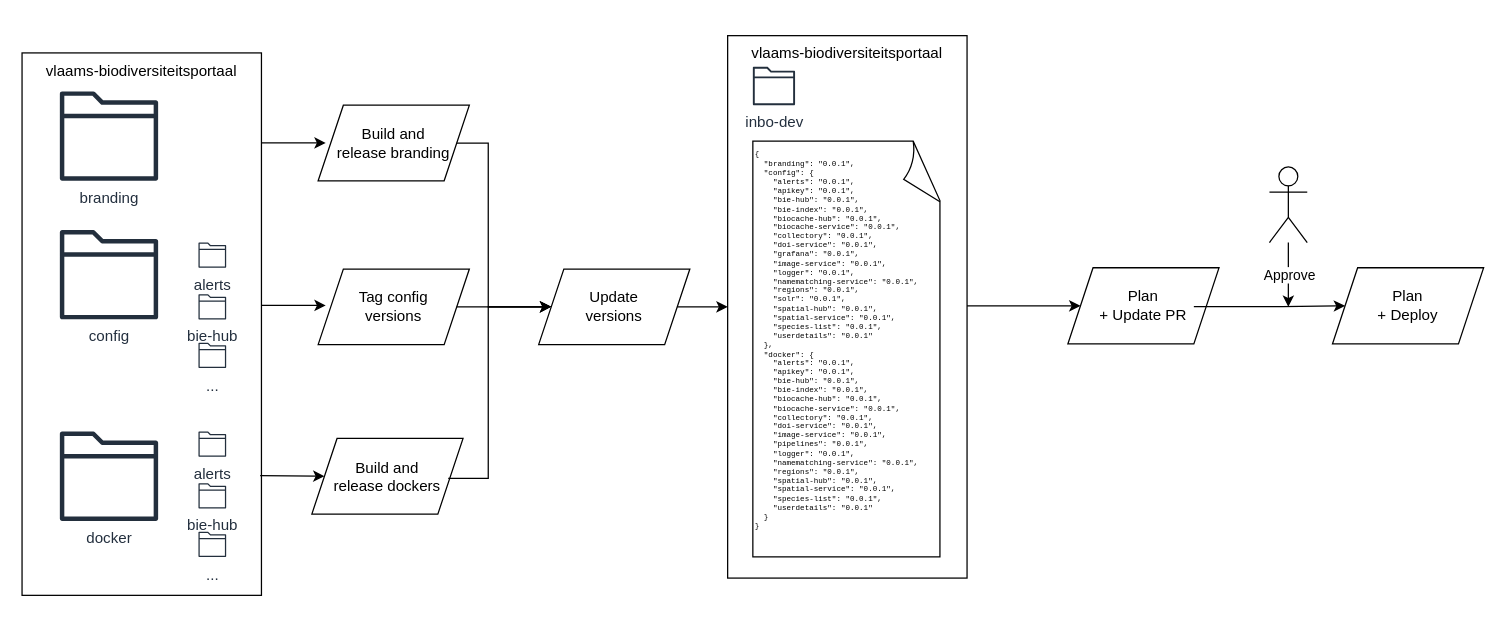
The draw.io diagram docs/DeploymentProcess.drawio in inbo/vlaams-biodiversiteitsportaal, before the edit. Source tidied: cells renumbered, new cells numbered last; positions are measured from the earlier drawing's top-left corner, leaving out a move shared by most shapes. Both pictures are drawn from the tidied source at 126%, with x=0, y=0 at pixel (21, 35).
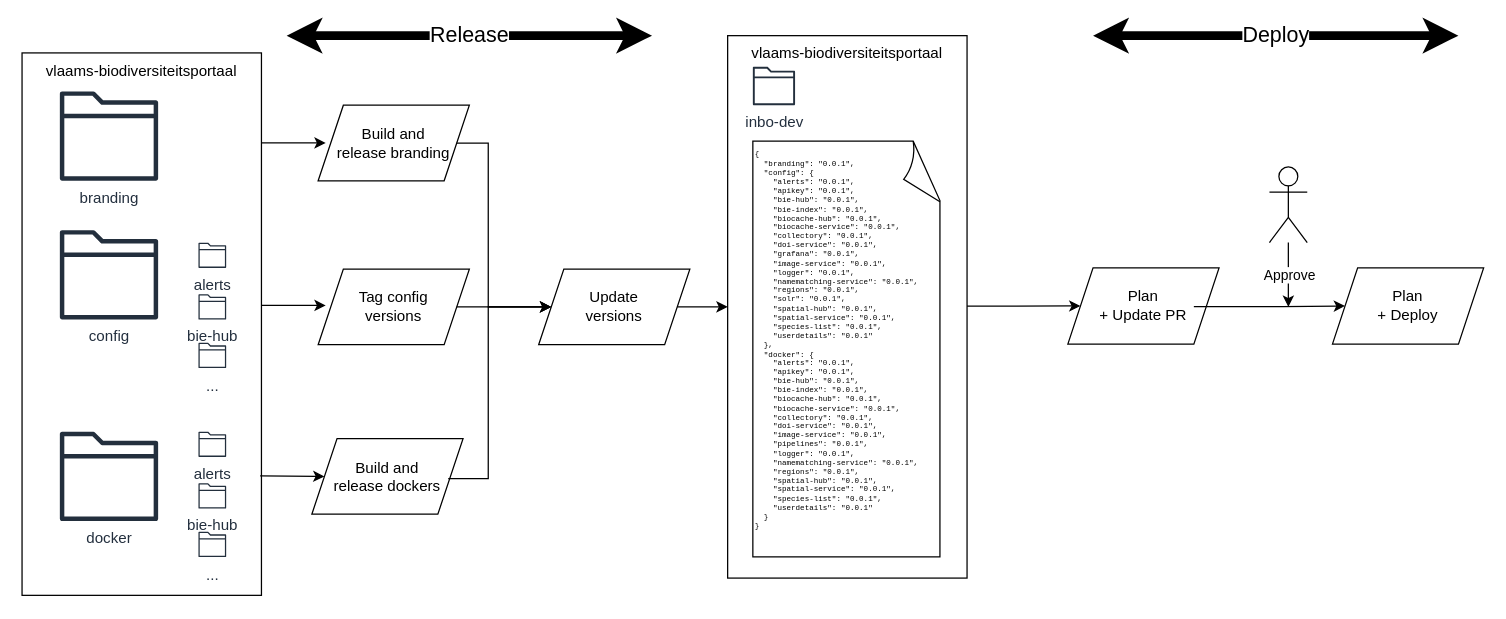
The same page after the edit.

Unchanged cells that the change refers to:
```xml
<mxCell id="12" value="Build and &lt;br&gt;release branding" style="shape=parallelogram;perimeter=parallelogramPerimeter;whiteSpace=wrap;html=1;fixedSize=1;" parent="1" vertex="1">
  <mxGeometry x="235" y="55" width="120" height="60" as="geometry" />
</mxCell>
<mxCell id="13" value="vlaams-biodiversiteitsportaal" style="rounded=0;whiteSpace=wrap;html=1;verticalAlign=top;" parent="1" vertex="1">
  <mxGeometry x="560" y="-0.2" width="190" height="430.5" as="geometry" />
</mxCell>
<mxCell id="31" style="shape=umlActor;verticalLabelPosition=bottom;verticalAlign=top;html=1;outlineConnect=0;" parent="1" vertex="1">
  <mxGeometry x="990" y="104" width="30" height="60" as="geometry" />
</mxCell>
```

What changed in the source:
```diff
@@
     <mxCell id="4" value="config" style="sketch=0;fontColor=#232F3E;gradientColor=none;fillColor=#232F3D;strokeColor=none;dashed=0;verticalLabelPosition=bottom;verticalAlign=top;align=center;html=1;fontSize=12;fontStyle=0;shape=mxgraph.aws4.folder;" parent="1" vertex="1">
-      <mxGeometry x="30" y="154" width="78" height="71" as="geometry" />
+      <mxGeometry x="30" y="154.1" width="78" height="71" as="geometry" />
     </mxCell>
     <mxCell id="5" value="docker" style="sketch=0;fontColor=#232F3E;gradientColor=none;fillColor=#232F3D;strokeColor=none;dashed=0;verticalLabelPosition=bottom;verticalAlign=top;align=center;html=1;fontSize=12;fontStyle=0;shape=mxgraph.aws4.folder;" parent="1" vertex="1">
-      <mxGeometry x="30" y="314" width="78" height="71" as="geometry" />
+      <mxGeometry x="30" y="314.1" width="78" height="71" as="geometry" />
     </mxCell>
     <mxCell id="6" value="alerts" style="sketch=0;fontColor=#232F3E;gradientColor=none;fillColor=#232F3D;strokeColor=none;dashed=0;verticalLabelPosition=bottom;verticalAlign=top;align=center;html=1;fontSize=12;fontStyle=0;shape=mxgraph.aws4.folder;" parent="1" vertex="1">
-      <mxGeometry x="140" y="164" width="22" height="20" as="geometry" />
+      <mxGeometry x="140" y="164.1" width="22" height="20" as="geometry" />
     </mxCell>
     <mxCell id="7" value="bie-hub" style="sketch=0;fontColor=#232F3E;gradientColor=none;fillColor=#232F3D;strokeColor=none;dashed=0;verticalLabelPosition=bottom;verticalAlign=top;align=center;html=1;fontSize=12;fontStyle=0;shape=mxgraph.aws4.folder;" parent="1" vertex="1">
-      <mxGeometry x="140" y="205" width="22" height="20" as="geometry" />
+      <mxGeometry x="140" y="205.1" width="22" height="20" as="geometry" />
     </mxCell>
     <mxCell id="8" value="..." style="sketch=0;fontColor=#232F3E;gradientColor=none;fillColor=#232F3D;strokeColor=none;dashed=0;verticalLabelPosition=bottom;verticalAlign=top;align=center;html=1;fontSize=12;fontStyle=0;shape=mxgraph.aws4.folder;" parent="1" vertex="1">
-      <mxGeometry x="140" y="243.5" width="22" height="20" as="geometry" />
+      <mxGeometry x="140" y="243.6" width="22" height="20" as="geometry" />
     </mxCell>
     <mxCell id="9" value="alerts" style="sketch=0;fontColor=#232F3E;gradientColor=none;fillColor=#232F3D;strokeColor=none;dashed=0;verticalLabelPosition=bottom;verticalAlign=top;align=center;html=1;fontSize=12;fontStyle=0;shape=mxgraph.aws4.folder;" parent="1" vertex="1">
-      <mxGeometry x="140" y="314" width="22" height="20" as="geometry" />
+      <mxGeometry x="140" y="314.1" width="22" height="20" as="geometry" />
     </mxCell>
     <mxCell id="10" value="bie-hub" style="sketch=0;fontColor=#232F3E;gradientColor=none;fillColor=#232F3D;strokeColor=none;dashed=0;verticalLabelPosition=bottom;verticalAlign=top;align=center;html=1;fontSize=12;fontStyle=0;shape=mxgraph.aws4.folder;" parent="1" vertex="1">
-      <mxGeometry x="140" y="355" width="22" height="20" as="geometry" />
+      <mxGeometry x="140" y="355.1" width="22" height="20" as="geometry" />
     </mxCell>
     <mxCell id="11" value="..." style="sketch=0;fontColor=#232F3E;gradientColor=none;fillColor=#232F3D;strokeColor=none;dashed=0;verticalLabelPosition=bottom;verticalAlign=top;align=center;html=1;fontSize=12;fontStyle=0;shape=mxgraph.aws4.folder;" parent="1" vertex="1">
-      <mxGeometry x="140" y="393.5" width="22" height="20" as="geometry" />
+      <mxGeometry x="140" y="393.6" width="22" height="20" as="geometry" />
     </mxCell>
@@
     <mxCell id="14" value="Update &lt;br&gt;versions" style="shape=parallelogram;perimeter=parallelogramPerimeter;whiteSpace=wrap;html=1;fixedSize=1;" parent="1" vertex="1">
-      <mxGeometry x="410" y="185" width="120" height="60" as="geometry" />
+      <mxGeometry x="410" y="185.1" width="120" height="60" as="geometry" />
     </mxCell>
@@
     <mxCell id="16" value="Tag config &lt;br&gt;versions" style="shape=parallelogram;perimeter=parallelogramPerimeter;whiteSpace=wrap;html=1;fixedSize=1;" parent="1" vertex="1">
-      <mxGeometry x="235" y="185" width="120" height="60" as="geometry" />
+      <mxGeometry x="235" y="185.1" width="120" height="60" as="geometry" />
     </mxCell>
     <mxCell id="17" value="Build and &lt;br&gt;release dockers" style="shape=parallelogram;perimeter=parallelogramPerimeter;whiteSpace=wrap;html=1;fixedSize=1;" parent="1" vertex="1">
-      <mxGeometry x="230" y="319.5" width="120" height="60" as="geometry" />
+      <mxGeometry x="230" y="319.6" width="120" height="60" as="geometry" />
     </mxCell>
     <mxCell id="18" style="endArrow=classic;html=1;rounded=0;entryX=0;entryY=0.5;entryDx=0;entryDy=0;" parent="1" edge="1" target="17">
       <mxGeometry relative="1" as="geometry">
-        <mxPoint x="189" y="349" as="sourcePoint" />
+        <mxPoint x="189" y="349.1" as="sourcePoint" />
       </mxGeometry>
     </mxCell>
@@
     <mxCell id="22" style="endArrow=classic;html=1;rounded=0;edgeStyle=orthogonalEdgeStyle;entryX=0;entryY=0.5;entryDx=0;entryDy=0;exitX=1;exitY=0.5;exitDx=0;exitDy=0;" parent="1" edge="1" source="12" target="14">
       <mxGeometry relative="1" as="geometry">
         <Array as="points">
           <mxPoint x="370" y="85" />
-          <mxPoint x="370" y="215" />
+          <mxPoint x="370" y="215.1" />
         </Array>
       </mxGeometry>
     </mxCell>
     <mxCell id="23" style="endArrow=classic;html=1;rounded=0;exitX=0.902;exitY=0.528;exitDx=0;exitDy=0;edgeStyle=orthogonalEdgeStyle;entryX=0;entryY=0.5;entryDx=0;entryDy=0;exitPerimeter=0;" parent="1" edge="1" source="17" target="14">
       <mxGeometry relative="1" as="geometry">
         <Array as="points">
-          <mxPoint x="370" y="351" />
-          <mxPoint x="370" y="215" />
+          <mxPoint x="370" y="351.1" />
+          <mxPoint x="370" y="215.1" />
         </Array>
       </mxGeometry>
     </mxCell>
@@
     <mxCell id="25" style="endArrow=classic;html=1;rounded=0;exitX=1;exitY=0.5;exitDx=0;exitDy=0;edgeStyle=orthogonalEdgeStyle;entryX=0;entryY=0.5;entryDx=0;entryDy=0;" parent="1" edge="1" source="14" target="13">
       <mxGeometry relative="1" as="geometry">
         <Array as="points">
-          <mxPoint x="560" y="215" />
-          <mxPoint x="560" y="215" />
+          <mxPoint x="560" y="215.1" />
+          <mxPoint x="560" y="215.1" />
         </Array>
       </mxGeometry>
     </mxCell>
     <mxCell id="26" value="Plan&lt;br&gt;+ Update PR" style="shape=parallelogram;perimeter=parallelogramPerimeter;whiteSpace=wrap;html=1;fixedSize=1;" parent="1" vertex="1">
-      <mxGeometry x="830" y="184" width="120" height="60.5" as="geometry" />
+      <mxGeometry x="830" y="184.1" width="120" height="60.5" as="geometry" />
     </mxCell>
     <mxCell id="27" style="endArrow=classic;html=1;rounded=0;exitX=1;exitY=0.5;exitDx=0;exitDy=0;edgeStyle=orthogonalEdgeStyle;entryX=0;entryY=0.5;entryDx=0;entryDy=0;" parent="1" edge="1" source="13" target="26">
       <mxGeometry relative="1" as="geometry">
         <Array as="points">
-          <mxPoint x="840" y="214" />
+          <mxPoint x="840" y="214.1" />
         </Array>
       </mxGeometry>
     </mxCell>
     <mxCell id="28" value="Plan&lt;br&gt;+ Deploy" style="shape=parallelogram;perimeter=parallelogramPerimeter;whiteSpace=wrap;html=1;fixedSize=1;" parent="1" vertex="1">
-      <mxGeometry x="1040" y="184" width="120" height="60.5" as="geometry" />
+      <mxGeometry x="1040" y="184.1" width="120" height="60.5" as="geometry" />
     </mxCell>
     <mxCell id="29" style="endArrow=classic;html=1;rounded=0;edgeStyle=orthogonalEdgeStyle;entryX=0;entryY=0.5;entryDx=0;entryDy=0;" parent="1" edge="1" target="28">
       <mxGeometry relative="1" as="geometry">
         <mxPoint x="930" y="214.9" as="sourcePoint" />
         <Array as="points">
-          <mxPoint x="1000" y="215" />
+          <mxPoint x="1000" y="215.1" />
         </Array>
       </mxGeometry>
     </mxCell>
     <mxCell id="30" value="Approve" style="edgeStyle=orthogonalEdgeStyle;rounded=0;jettySize=auto;html=1;" parent="1" edge="1" source="31">
       <mxGeometry relative="1" as="geometry">
-        <mxPoint x="1005" y="215" as="targetPoint" />
+        <mxPoint x="1005" y="215.1" as="targetPoint" />
       </mxGeometry>
     </mxCell>
@@
+    <mxCell id="32" value="Release" style="endArrow=classic;startArrow=classic;html=1;rounded=0;strokeWidth=7;spacingTop=0;spacingLeft=0;fontStyle=0;fontSize=17;" parent="1" edge="1">
+      <mxGeometry relative="1" as="geometry">
+        <mxPoint x="210" y="-0.2" as="sourcePoint" />
+        <mxPoint x="500" y="-0.2" as="targetPoint" />
+      </mxGeometry>
+    </mxCell>
+    <mxCell id="33" value="Deploy" style="endArrow=classic;startArrow=classic;html=1;rounded=0;strokeWidth=7;spacingTop=0;spacingLeft=0;fontStyle=0;fontSize=17;" parent="1" edge="1">
+      <mxGeometry relative="1" as="geometry">
+        <mxPoint x="850" y="-0.2" as="sourcePoint" />
+        <mxPoint x="1140" y="-0.2" as="targetPoint" />
+      </mxGeometry>
+    </mxCell>
```
